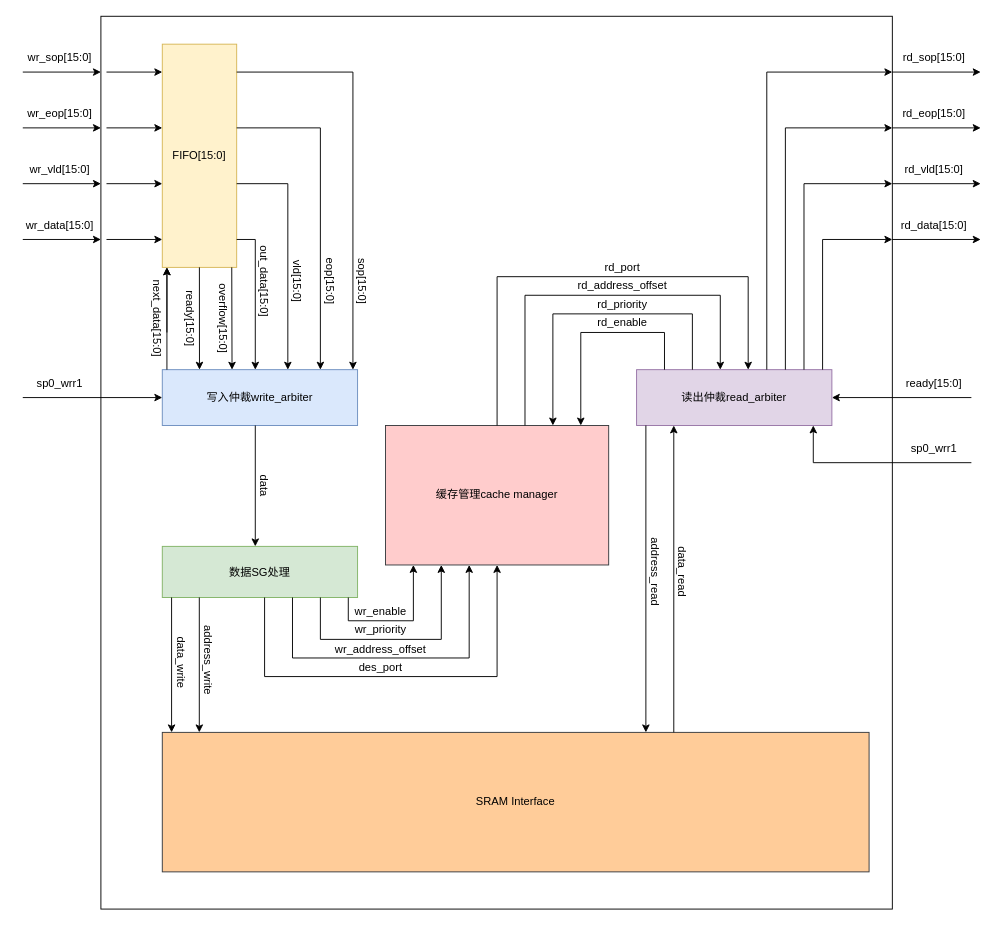
Above: system_blocks/system_block.drawio in miilTgy/sram_ctl (draw.io), before the change. Source tidied: cells renumbered, new cells numbered last; positions are measured from the earlier drawing's top-left corner, leaving out a move shared by most shapes. Both pictures are drawn from the tidied source at 93%, with x=0, y=0 at pixel (22, 16).
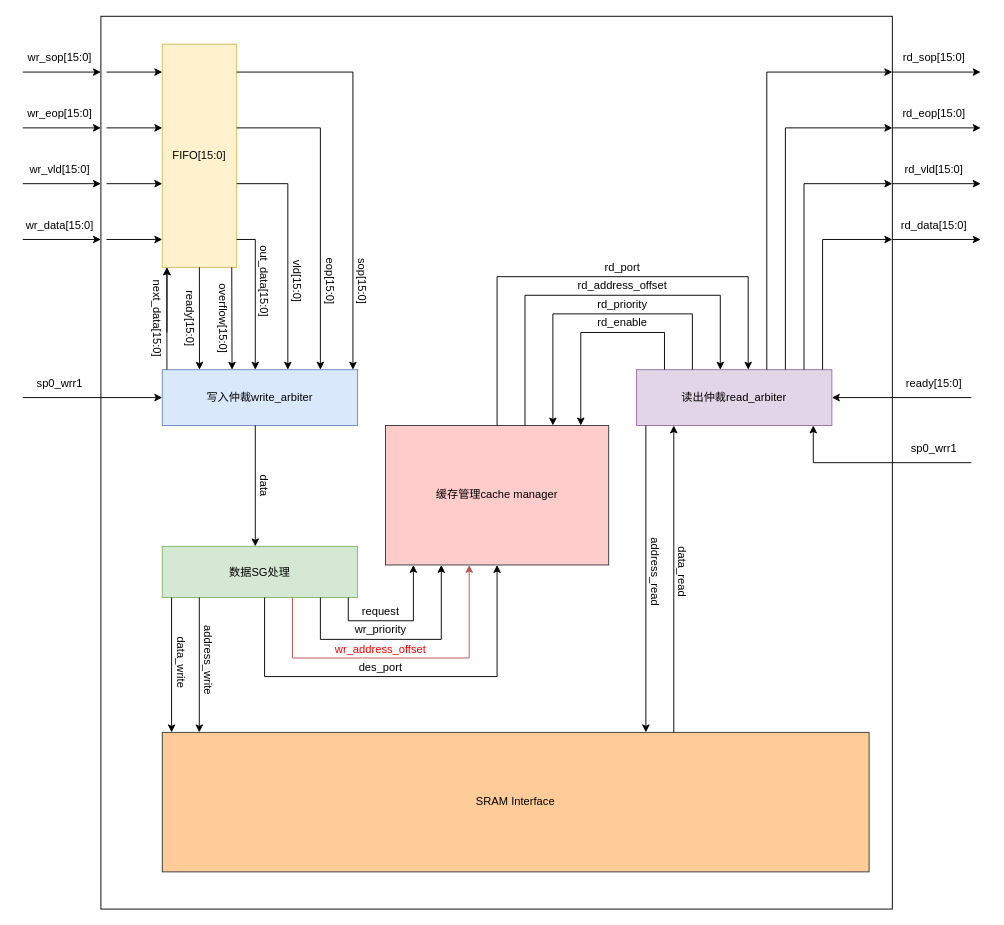
Above is the later version.

Commit message (it also covers changes not shown here):
Modified system_blocks

What changed in the source:
```diff
@@
-    <mxCell id="42" value="wr_enable" style="text;html=1;align=center;verticalAlign=middle;whiteSpace=wrap;rounded=0;" parent="1" vertex="1">
+    <mxCell id="42" value="request" style="text;html=1;align=center;verticalAlign=middle;whiteSpace=wrap;rounded=0;" parent="1" vertex="1">
       <mxGeometry x="355" y="625" width="60" height="30" as="geometry" />
     </mxCell>
@@
-    <mxCell id="45" style="endArrow=classic;html=1;rounded=0;" parent="1" edge="1">
+    <mxCell id="45" style="endArrow=classic;html=1;rounded=0;fillColor=#f8cecc;strokeColor=#b85450;" parent="1" edge="1">
       <mxGeometry relative="1" as="geometry">
         <mxPoint x="290" y="625" as="sourcePoint" />
         <mxPoint x="480" y="590" as="targetPoint" />
         <Array as="points">
           <mxPoint x="290" y="690" />
           <mxPoint x="480" y="690" />
         </Array>
       </mxGeometry>
     </mxCell>
-    <mxCell id="46" value="wr_address_offset" style="text;html=1;align=center;verticalAlign=middle;whiteSpace=wrap;rounded=0;" parent="1" vertex="1">
+    <mxCell id="46" value="wr_address_offset" style="text;html=1;align=center;verticalAlign=middle;whiteSpace=wrap;rounded=0;fontColor=#ff0000;" parent="1" vertex="1">
       <mxGeometry x="355" y="666" width="60" height="30" as="geometry" />
     </mxCell>
```
